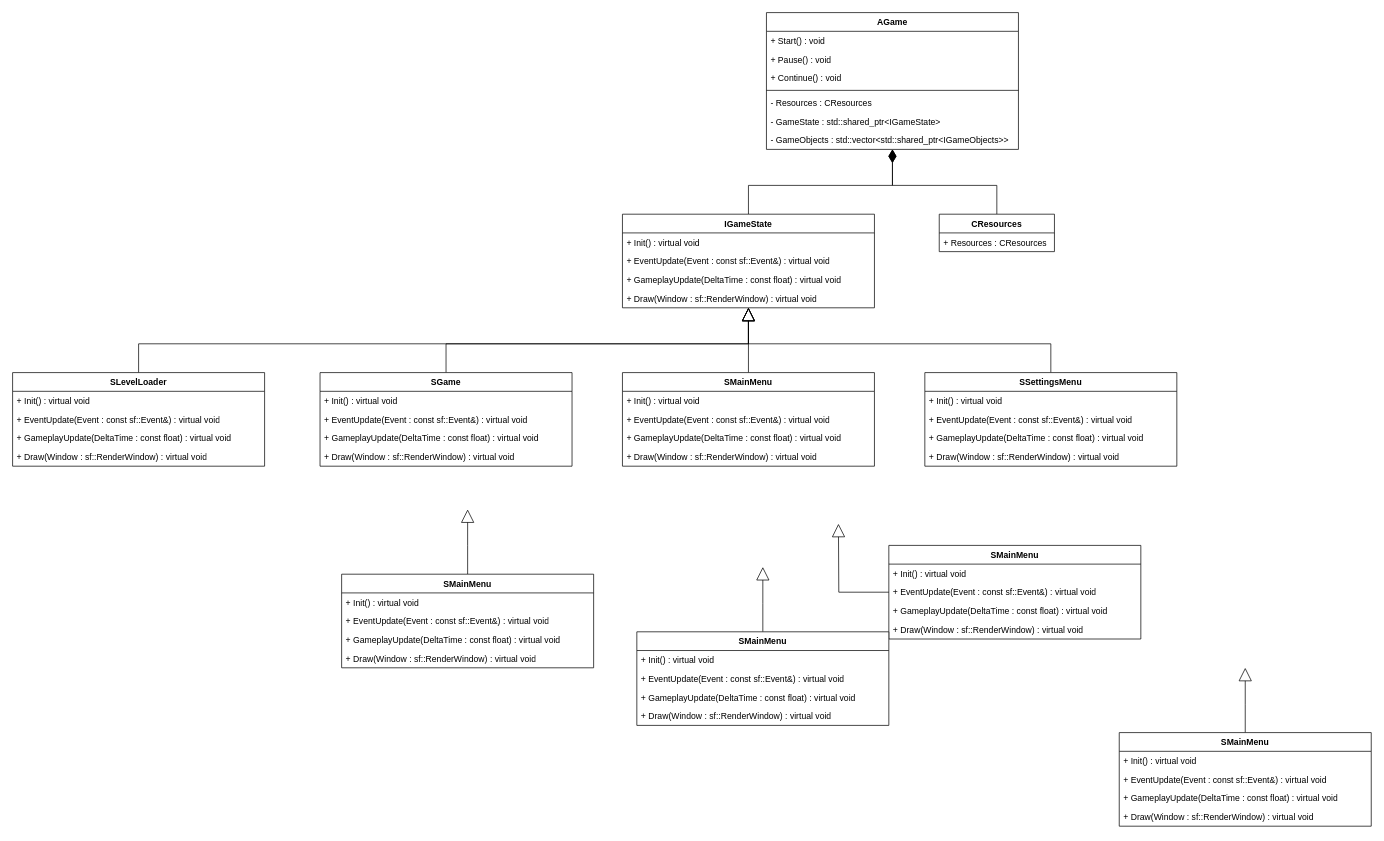
Dem4ke/XYZ_Arkanoid keeps this draw.io diagram as Arkanoid/Diagrams/Class_diagram.drawio. Above is the earlier version. Source tidied: cells renumbered, new cells numbered last; positions are measured from the earlier drawing's top-left corner, leaving out a move shared by most shapes. Both pictures are drawn from the tidied source at 72%, with x=0, y=0 at pixel (12, 12).
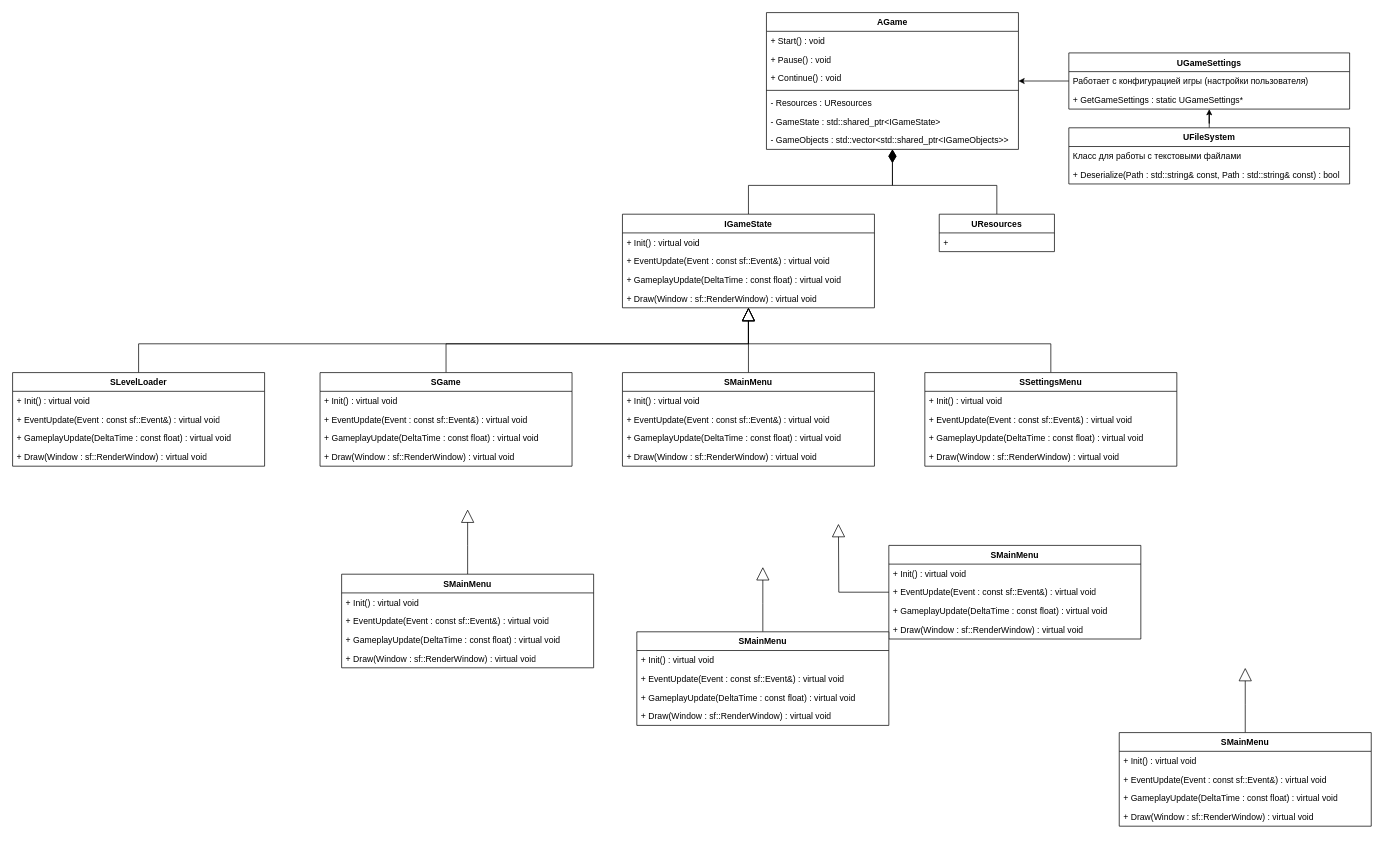
Above is the later version.

Commit message (it also covers changes not shown here):
Added class to work with text files and game settings singletone class

Unchanged cells that the change refers to:
```xml
<mxCell id="2" value="AGame" style="swimlane;fontStyle=1;align=center;verticalAlign=top;horizontal=1;startSize=26;whiteSpace=wrap;html=1;" parent="1" vertex="1">
  <mxGeometry x="1047" width="350" height="190" as="geometry" />
</mxCell>
```

Diff of the diagram source:
```diff
@@
-    <mxCell id="7" value="- Resources : CResources" style="text;strokeColor=none;fillColor=none;align=left;verticalAlign=top;spacingLeft=4;spacingRight=4;overflow=hidden;whiteSpace=wrap;html=1;" parent="2" vertex="1">
+    <mxCell id="7" value="- Resources : UResources" style="text;strokeColor=none;fillColor=none;align=left;verticalAlign=top;spacingLeft=4;spacingRight=4;overflow=hidden;whiteSpace=wrap;html=1;" parent="2" vertex="1">
       <mxGeometry y="112" width="350" height="26" as="geometry" />
     </mxCell>
@@
-    <mxCell id="11" value="&lt;span style=&quot;text-align: left;&quot;&gt;CResources&lt;/span&gt;" style="swimlane;fontStyle=1;align=center;verticalAlign=top;horizontal=1;startSize=26;whiteSpace=wrap;html=1;" parent="1" vertex="1">
+    <mxCell id="11" value="&lt;span style=&quot;text-align: left;&quot;&gt;UResources&lt;/span&gt;" style="swimlane;fontStyle=1;align=center;verticalAlign=top;horizontal=1;startSize=26;whiteSpace=wrap;html=1;" parent="1" vertex="1">
       <mxGeometry x="1287" y="280" width="160" height="52" as="geometry" />
     </mxCell>
-    <mxCell id="12" value="+ Resources : CResources" style="text;strokeColor=none;fillColor=none;align=left;verticalAlign=top;spacingLeft=4;spacingRight=4;overflow=hidden;whiteSpace=wrap;html=1;" parent="11" vertex="1">
+    <mxCell id="12" value="+&amp;nbsp;" style="text;strokeColor=none;fillColor=none;align=left;verticalAlign=top;spacingLeft=4;spacingRight=4;overflow=hidden;whiteSpace=wrap;html=1;" parent="11" vertex="1">
       <mxGeometry y="26" width="160" height="26" as="geometry" />
     </mxCell>
@@
+    <mxCell id="67" style="edgeStyle=orthogonalEdgeStyle;rounded=0;jettySize=auto;html=1;" parent="1" edge="1" source="68" target="2">
+      <mxGeometry relative="1" as="geometry" />
+    </mxCell>
+    <mxCell id="68" value="&lt;div style=&quot;text-align: left;&quot;&gt;&lt;span style=&quot;background-color: transparent; color: light-dark(rgb(0, 0, 0), rgb(255, 255, 255));&quot;&gt;UGameSettings&lt;/span&gt;&lt;/div&gt;" style="swimlane;fontStyle=1;align=center;verticalAlign=top;horizontal=1;startSize=26;whiteSpace=wrap;html=1;" parent="1" vertex="1">
+      <mxGeometry x="1467" y="56" width="390" height="78" as="geometry" />
+    </mxCell>
+    <mxCell id="69" value="Работает с конфигурацией игры (настройки пользователя)" style="text;strokeColor=none;fillColor=none;align=left;verticalAlign=top;spacingLeft=4;spacingRight=4;overflow=hidden;whiteSpace=wrap;html=1;" parent="68" vertex="1">
+      <mxGeometry y="26" width="390" height="26" as="geometry" />
+    </mxCell>
+    <mxCell id="70" value="+ GetGameSettings : static UGameSettings*" style="text;strokeColor=none;fillColor=none;align=left;verticalAlign=top;spacingLeft=4;spacingRight=4;overflow=hidden;whiteSpace=wrap;html=1;" parent="68" vertex="1">
+      <mxGeometry y="52" width="390" height="26" as="geometry" />
+    </mxCell>
+    <mxCell id="71" style="edgeStyle=orthogonalEdgeStyle;rounded=0;jettySize=auto;html=1;" parent="1" edge="1" source="72" target="68">
+      <mxGeometry relative="1" as="geometry" />
+    </mxCell>
+    <mxCell id="72" value="&lt;div style=&quot;text-align: left;&quot;&gt;&lt;span style=&quot;background-color: transparent; color: light-dark(rgb(0, 0, 0), rgb(255, 255, 255));&quot;&gt;UFileSystem&lt;/span&gt;&lt;/div&gt;" style="swimlane;fontStyle=1;align=center;verticalAlign=top;horizontal=1;startSize=26;whiteSpace=wrap;html=1;" parent="1" vertex="1">
+      <mxGeometry x="1467" y="160" width="390" height="78" as="geometry" />
+    </mxCell>
+    <mxCell id="73" value="Класс для работы с текстовыми файлами" style="text;strokeColor=none;fillColor=none;align=left;verticalAlign=top;spacingLeft=4;spacingRight=4;overflow=hidden;whiteSpace=wrap;html=1;" parent="72" vertex="1">
+      <mxGeometry y="26" width="390" height="26" as="geometry" />
+    </mxCell>
+    <mxCell id="74" value="+ Deserialize(Path : std::string&amp;amp; const, Path : std::string&amp;amp; const) : bool" style="text;strokeColor=none;fillColor=none;align=left;verticalAlign=top;spacingLeft=4;spacingRight=4;overflow=hidden;whiteSpace=wrap;html=1;" parent="72" vertex="1">
+      <mxGeometry y="52" width="390" height="26" as="geometry" />
+    </mxCell>
```
